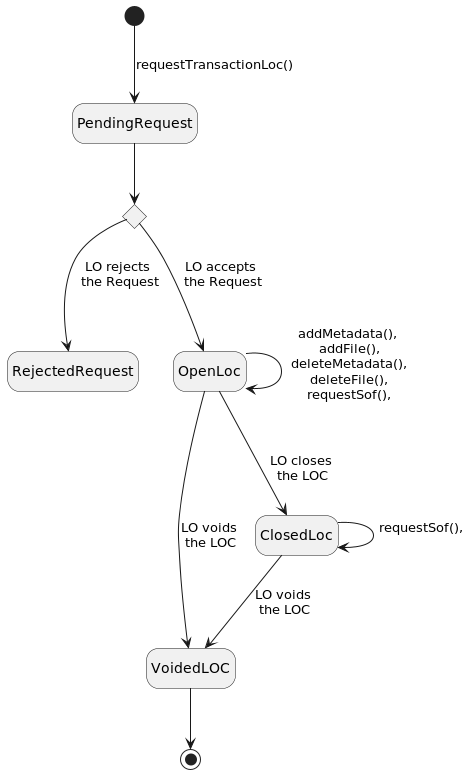
The PlantUML diagram website/docs/client/img/loc-state.png in MrSwartsBang/crypto-ecosystems, before a commit. Source of this version:
```plantuml
@startuml
hide empty description
state "Decision" as decision <<choice>>
[*] --> PendingRequest: requestTransactionLoc()
PendingRequest --> decision
decision --> RejectedRequest: LO rejects\n the Request
decision --> OpenLoc: LO accepts\n the Request
OpenLoc --> VoidedLOC: LO voids\n the LOC
OpenLoc --> ClosedLoc: LO closes\n the LOC
ClosedLoc --> VoidedLOC: LO voids\n the LOC
VoidedLOC --> [*]
OpenLoc --> OpenLoc: addMetadata(),\n addFile(),\n deleteMetadata(),\n deleteFile(),\n requestSof(),\n
ClosedLoc --> ClosedLoc: requestSof(),\n
@enduml
```
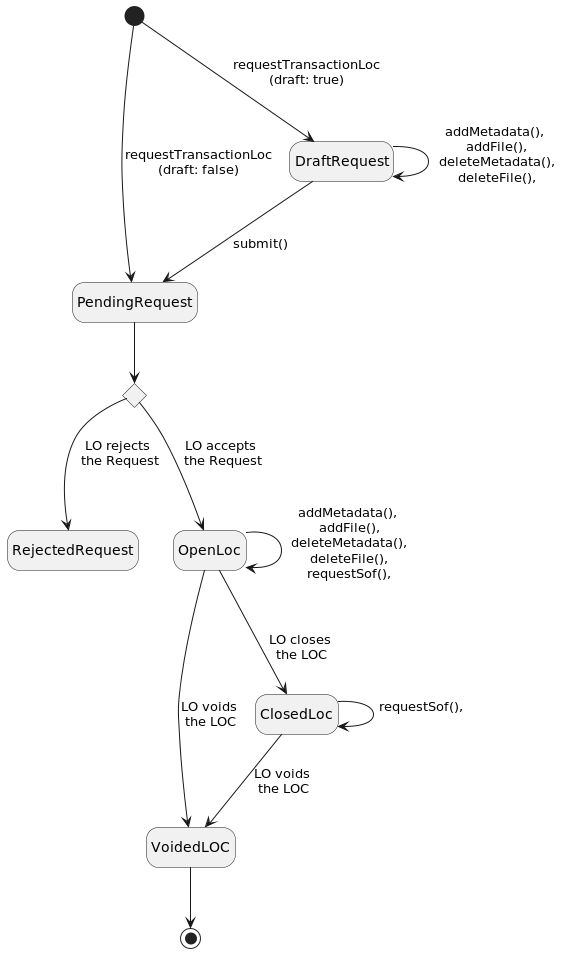
The same file after the commit.

Commit message:
feat: add "Draft" mode to LOC state diagrams.

Diff of the diagram source:
```diff
@@ -1,7 +1,10 @@
 @startuml
 hide empty description
 state "Decision" as decision <<choice>>
-[*] --> PendingRequest: requestTransactionLoc()
+[*] --> PendingRequest: requestTransactionLoc\n(draft: false)
+[*] --> DraftRequest: requestTransactionLoc\n(draft: true)
+DraftRequest --> DraftRequest: addMetadata(),\n addFile(),\n deleteMetadata(),\n deleteFile(),\n
+DraftRequest --> PendingRequest: submit()
 PendingRequest --> decision
 decision --> RejectedRequest: LO rejects\n the Request
 decision --> OpenLoc: LO accepts\n the Request
```
